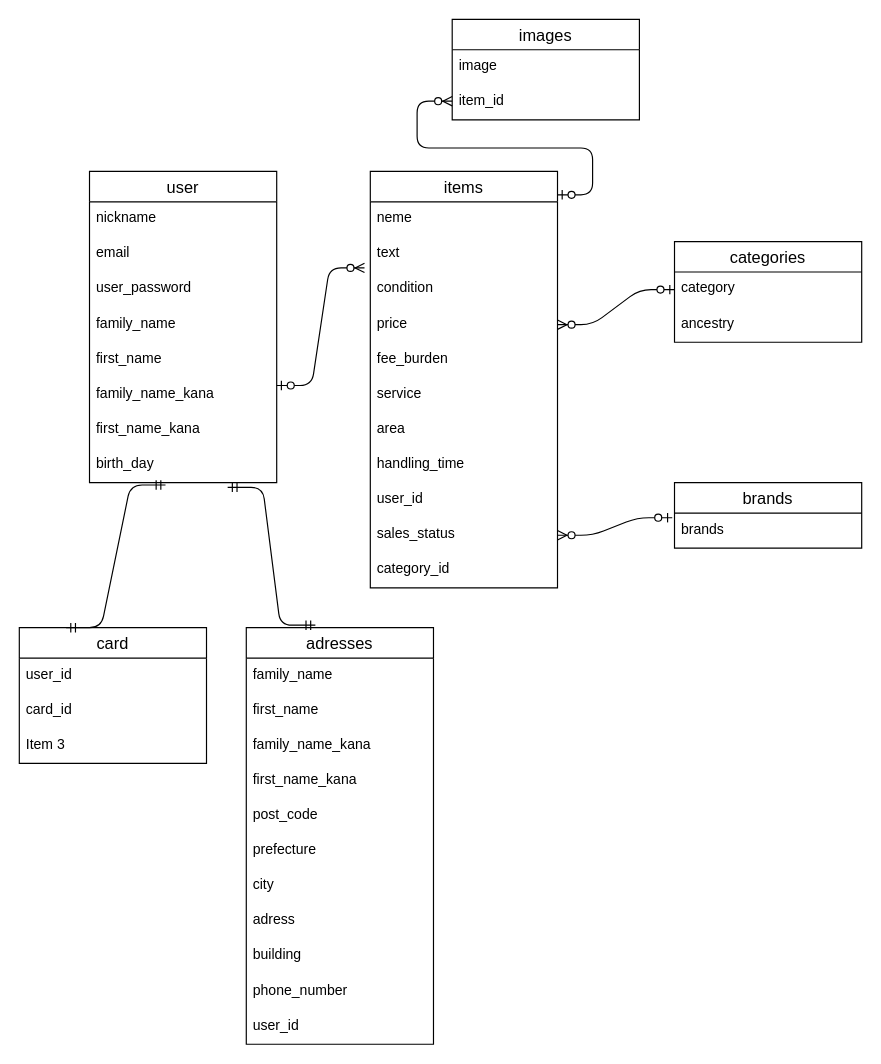
miyo0000/furima-38917 keeps this draw.io diagram as ER.dio. Above is the earlier version. Source tidied: cells renumbered, new cells numbered last; positions are measured from the earlier drawing's top-left corner, leaving out a move shared by most shapes. Both pictures are drawn from the tidied source at 117%, with x=0, y=0 at pixel (19, 19).
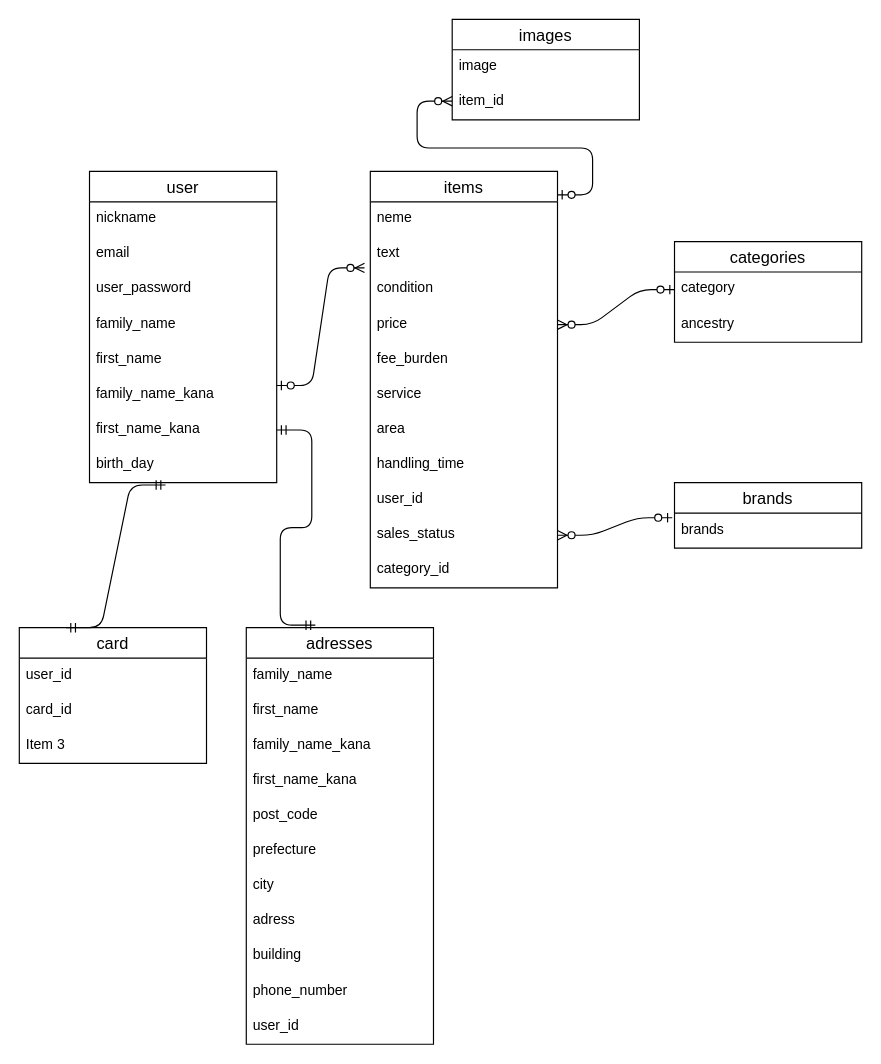
Above is the later version.

Unchanged cells that the change refers to:
```xml
<mxCell id="9" value="first_name_kana" style="text;strokeColor=none;fillColor=none;spacingLeft=4;spacingRight=4;overflow=hidden;points=[[0,0.5],[1,0.5]];portConstraint=eastwest;fontSize=12;" parent="2" vertex="1">
  <mxGeometry y="206" width="160" height="30" as="geometry" />
</mxCell>
<mxCell id="10" value="birth_day" style="text;strokeColor=none;fillColor=none;spacingLeft=4;spacingRight=4;overflow=hidden;points=[[0,0.5],[1,0.5]];portConstraint=eastwest;fontSize=12;" parent="2" vertex="1">
  <mxGeometry y="236" width="160" height="30" as="geometry" />
</mxCell>
<mxCell id="35" value="adresses" style="swimlane;fontStyle=0;horizontal=1;startSize=26;align=center;fontSize=14;" parent="1" vertex="1">
  <mxGeometry x="194" y="520" width="160" height="356" as="geometry" />
</mxCell>
```

Change to the diagram source:
```diff
@@
-    <mxCell id="52" style="edgeStyle=entityRelationEdgeStyle;fontSize=12;html=1;endArrow=ERmandOne;startArrow=ERmandOne;exitX=0.369;exitY=-0.006;exitDx=0;exitDy=0;entryX=0.738;entryY=1.133;entryDx=0;entryDy=0;entryPerimeter=0;exitPerimeter=0;" parent="1" edge="1" source="35" target="10">
+    <mxCell id="52" style="edgeStyle=entityRelationEdgeStyle;fontSize=12;html=1;endArrow=ERmandOne;startArrow=ERmandOne;exitX=0.369;exitY=-0.006;exitDx=0;exitDy=0;exitPerimeter=0;entryX=1;entryY=0.5;entryDx=0;entryDy=0;" parent="1" edge="1" source="35" target="9">
       <mxGeometry relative="1" as="geometry" />
     </mxCell>
```
